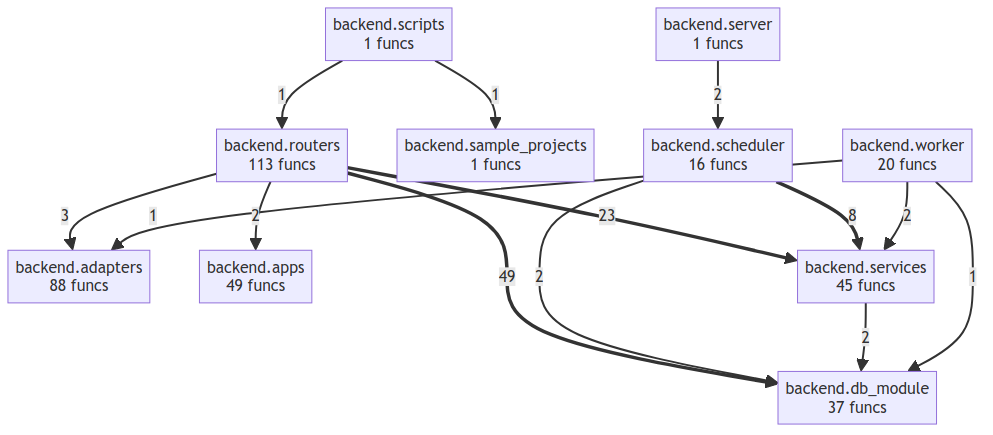
The Mermaid diagram project/compact_flow.png in semcod/www, before a commit. Its source is kept beside it as project/compact_flow.mmd.
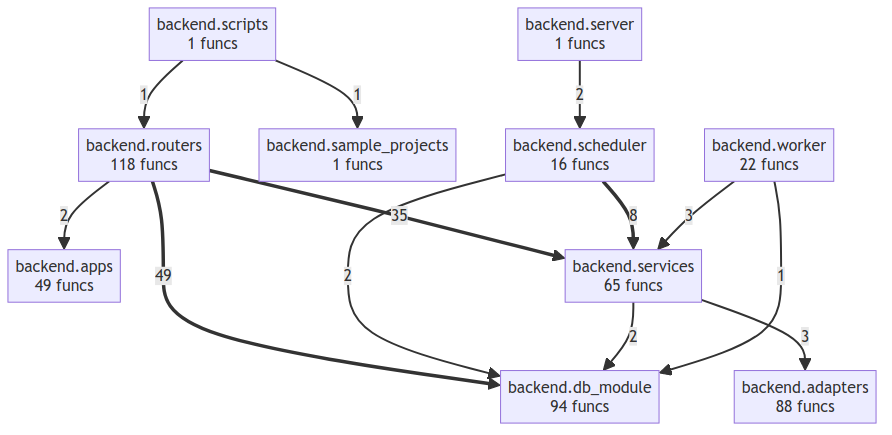
After the change.

What changed in the source:
```diff
@@ -1,24 +1,23 @@
 flowchart TD
     backend__adapters["backend.adapters<br/>88 funcs"]
     backend__apps["backend.apps<br/>49 funcs"]
-    backend__db_module["backend.db_module<br/>37 funcs"]
-    backend__routers["backend.routers<br/>113 funcs"]
+    backend__db_module["backend.db_module<br/>94 funcs"]
+    backend__routers["backend.routers<br/>118 funcs"]
     backend__sample_projects["backend.sample_projects<br/>1 funcs"]
     backend__scheduler["backend.scheduler<br/>16 funcs"]
     backend__scripts["backend.scripts<br/>1 funcs"]
     backend__server["backend.server<br/>1 funcs"]
-    backend__services["backend.services<br/>45 funcs"]
-    backend__worker["backend.worker<br/>20 funcs"]
+    backend__services["backend.services<br/>65 funcs"]
+    backend__worker["backend.worker<br/>22 funcs"]
     backend__routers ==>|49| backend__db_module
-    backend__routers ==>|23| backend__services
+    backend__routers ==>|35| backend__services
     backend__scheduler ==>|8| backend__services
-    backend__routers -->|3| backend__adapters
+    backend__services -->|3| backend__adapters
+    backend__worker -->|3| backend__services
     backend__server -->|2| backend__scheduler
     backend__scheduler -->|2| backend__db_module
     backend__services -->|2| backend__db_module
-    backend__worker -->|2| backend__services
     backend__routers -->|2| backend__apps
+    backend__worker -->|1| backend__db_module
     backend__scripts -->|1| backend__sample_projects
     backend__scripts -->|1| backend__routers
-    backend__worker -->|1| backend__adapters
-    backend__worker -->|1| backend__db_module
```
